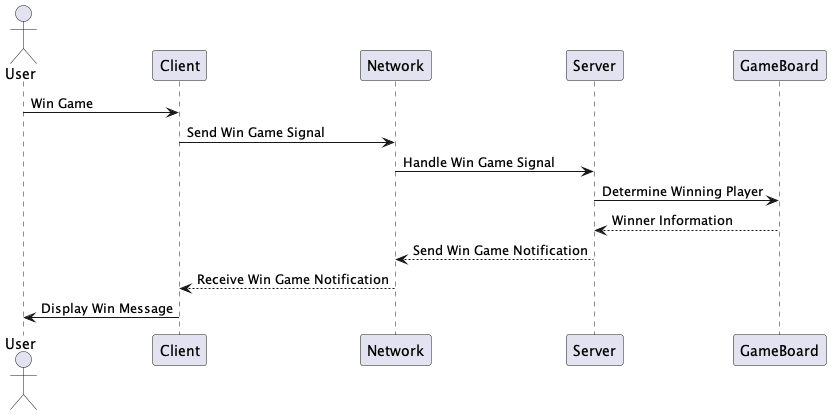
This is UML/Diagrams/ClueGameWinSequence.png from alexzhang-aero/Clue-Less, a PlantUML export, as it was before one commit.
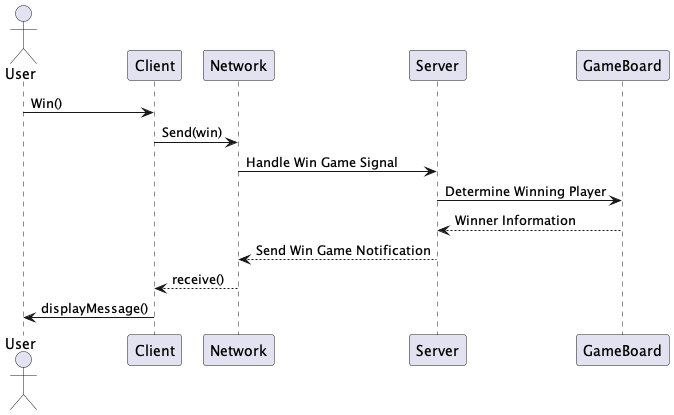
Later version of the same file.

Commit message:
minor update on sequence diagrams

Diff of the diagram source:
```diff
@@ -6,13 +6,13 @@
 participant Server
 participant GameBoard
 
-Player -> Client: Win Game
-Client -> Network: Send Win Game Signal
+Player -> Client: Win()
+Client -> Network: Send(win)
 Network -> Server: Handle Win Game Signal
 Server -> GameBoard: Determine Winning Player
 GameBoard --> Server: Winner Information
 Server --> Network: Send Win Game Notification
-Network --> Client: Receive Win Game Notification
-Client -> Player: Display Win Message
+Network --> Client: receive()
+Client -> Player: displayMessage()
 
 @enduml
```
